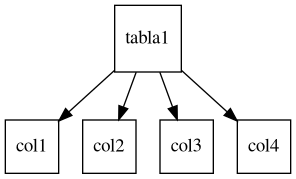
Before: tabla.png, a diagram exported from Graphviz (Yeferal/EstructuraDBGT). Its source is kept beside it as tabla.dot. The source it was exported from:
```dot
digraph G {
tabla1->col1;
col1[ shape=square];tabla1->col2;
col2[ shape=square];tabla1->col3;
col3[ shape=square];tabla1->col4;
col4[ shape=square];tabla1[ shape=square];}
```
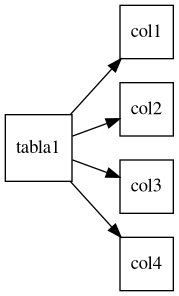
After the change.

The edit, as a diff of the source:
```diff
@@ -3,4 +3,5 @@
 col1[ shape=square];tabla1->col2;
 col2[ shape=square];tabla1->col3;
 col3[ shape=square];tabla1->col4;
-col4[ shape=square];tabla1[ shape=square];}
+col4[ shape=square];rankdir=LR;
+tabla1[ shape=square];}
```
